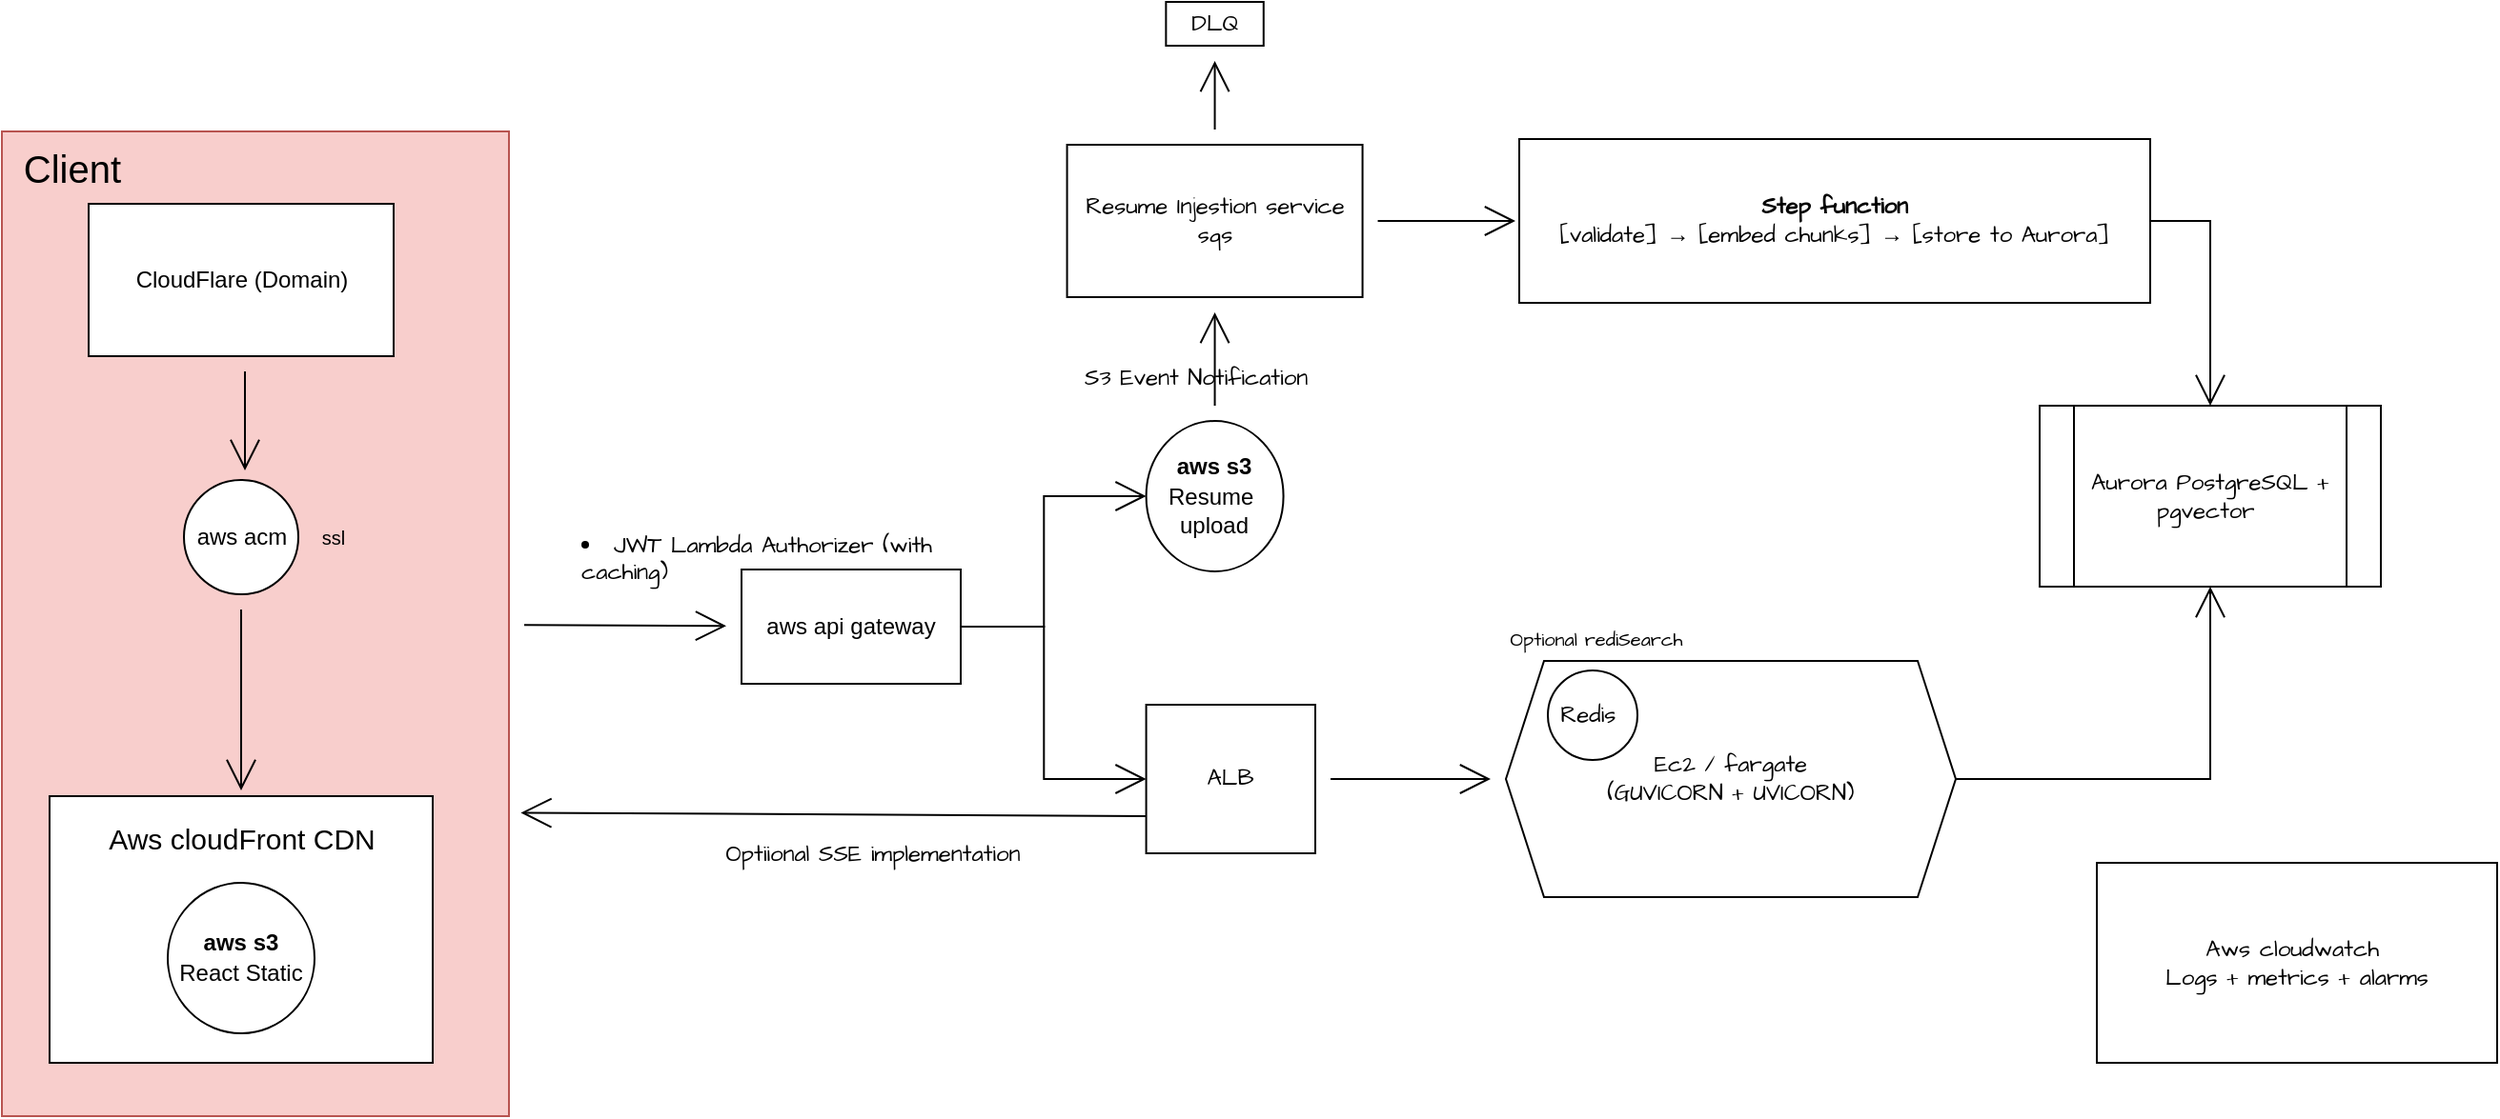
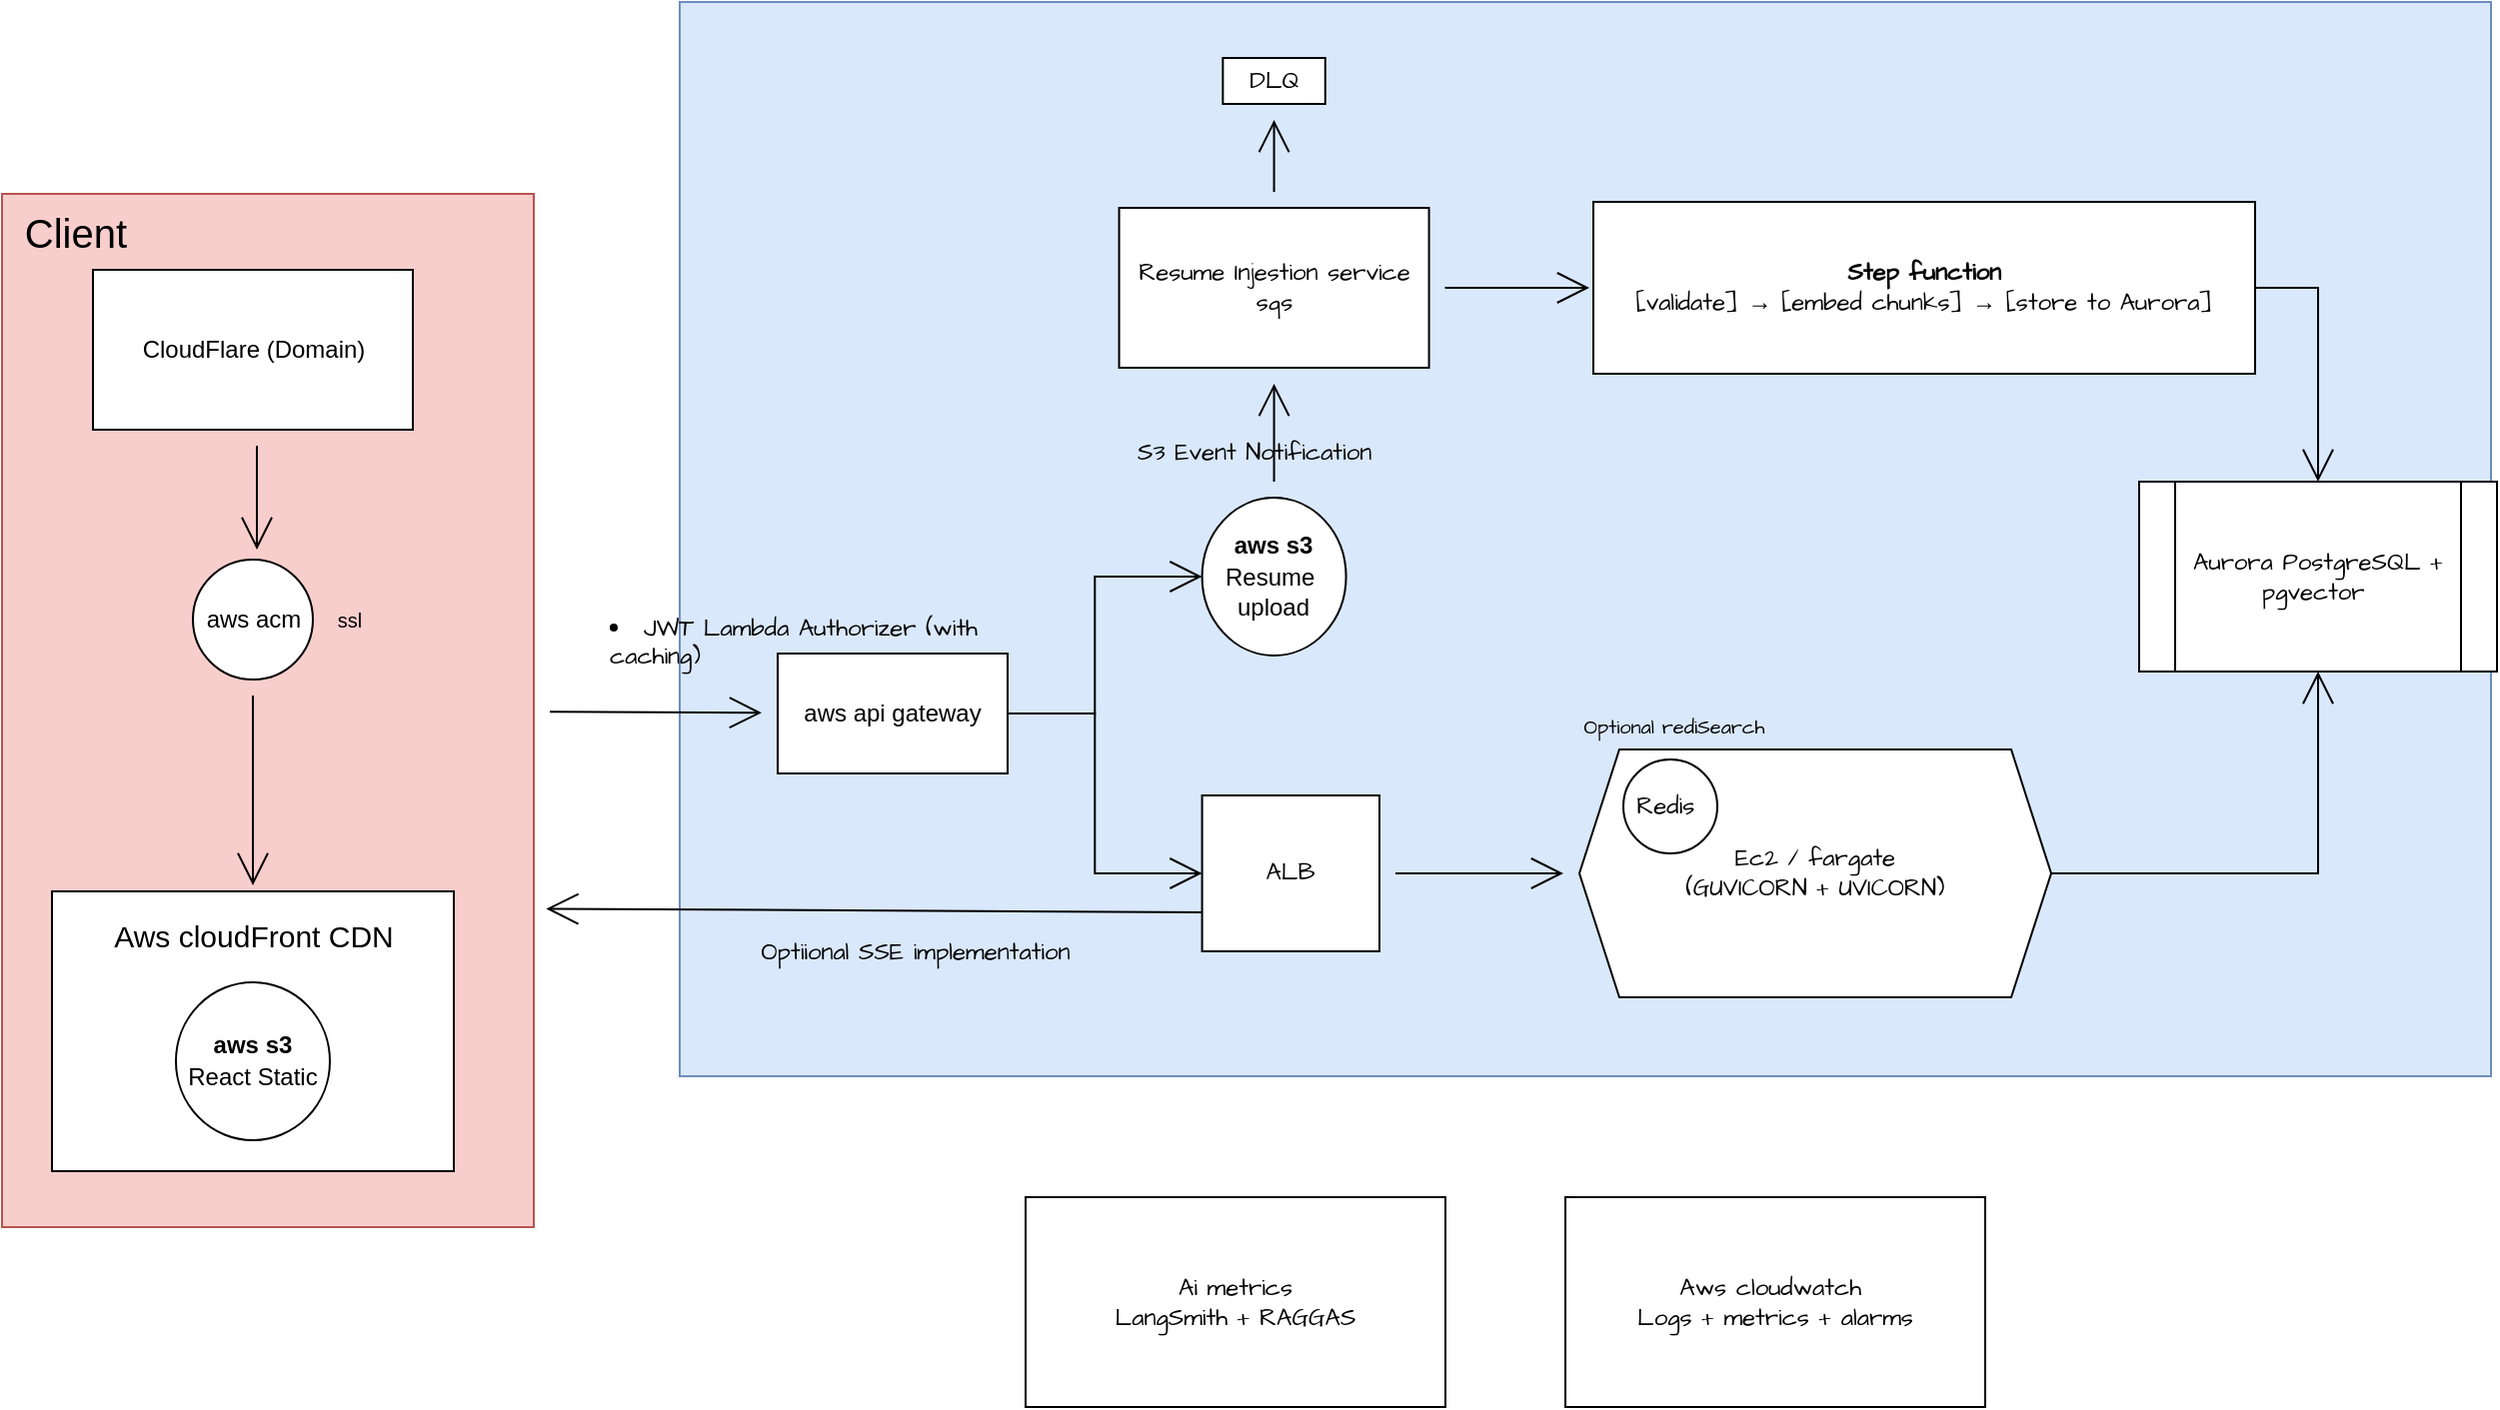
<mxfile host="app.diagrams.net">
  <diagram name="Page-1" id="SOHPCcRNUhLTlrNE90n2">
    <mxGraphModel dx="2760" dy="1299" grid="0" gridSize="10" guides="1" tooltips="1" connect="1" arrows="1" fold="1" page="0" pageScale="1" pageWidth="850" pageHeight="1100" math="0" shadow="0">
      <root>
        <mxCell id="0" />
        <mxCell id="1" parent="0" />
+         <mxCell id="rra6tTRvJPethr66ALMW-70" parent="1" style="rounded=0;whiteSpace=wrap;html=1;fontFamily=Architects Daughter;fontSource=https%3A%2F%2Ffonts.googleapis.com%2Fcss%3Ffamily%3DArchitects%2BDaughter;fillColor=#dae8fc;strokeColor=#6c8ebf;" value="" vertex="1">
+           <mxGeometry height="537.5" width="906" x="-361" y="-367" as="geometry" />
+         </mxCell>
        <mxCell id="rra6tTRvJPethr66ALMW-63" edge="1" parent="1" source="rra6tTRvJPethr66ALMW-55" style="edgeStyle=orthogonalEdgeStyle;rounded=0;orthogonalLoop=1;jettySize=auto;html=1;exitX=1;exitY=0.5;exitDx=0;exitDy=0;entryX=0.5;entryY=0;entryDx=0;entryDy=0;fontFamily=Architects Daughter;fontSource=https%3A%2F%2Ffonts.googleapis.com%2Fcss%3Ffamily%3DArchitects%2BDaughter;fontSize=16;startSize=14;endArrow=open;endSize=14;sourcePerimeterSpacing=8;targetPerimeterSpacing=8;" target="rra6tTRvJPethr66ALMW-46">
          <mxGeometry relative="1" as="geometry" />
        </mxCell>
        <mxCell id="rra6tTRvJPethr66ALMW-55" parent="1" style="rounded=0;whiteSpace=wrap;html=1;fontFamily=Architects Daughter;fontSource=https%3A%2F%2Ffonts.googleapis.com%2Fcss%3Ffamily%3DArchitects%2BDaughter;" value="&lt;span style=&quot;text-align: left;&quot;&gt;&lt;b&gt;Step function&lt;/b&gt;&lt;br&gt;[validate] → [embed chunks] → [store to Aurora]&lt;/span&gt;" vertex="1">
          <mxGeometry height="86" width="331" x="96" y="-267" as="geometry" />
        </mxCell>
        <mxCell id="rra6tTRvJPethr66ALMW-19" edge="1" parent="1" source="rra6tTRvJPethr66ALMW-16" style="edgeStyle=none;curved=1;rounded=0;orthogonalLoop=1;jettySize=auto;html=1;fontFamily=Architects Daughter;fontSource=https%3A%2F%2Ffonts.googleapis.com%2Fcss%3Ffamily%3DArchitects%2BDaughter;fontSize=16;startSize=14;endArrow=open;endSize=14;sourcePerimeterSpacing=8;targetPerimeterSpacing=8;" target="rra6tTRvJPethr66ALMW-18" value="">
          <mxGeometry relative="1" as="geometry" />
        </mxCell>
        <mxCell id="rra6tTRvJPethr66ALMW-16" parent="1" style="rounded=0;whiteSpace=wrap;html=1;fontFamily=Architects Daughter;fontSource=https%3A%2F%2Ffonts.googleapis.com%2Fcss%3Ffamily%3DArchitects%2BDaughter;fillColor=#f8cecc;strokeColor=#b85450;" value="" vertex="1">
          <mxGeometry height="517" width="266" x="-700" y="-271" as="geometry" />
        </mxCell>
        <mxCell id="rra6tTRvJPethr66ALMW-2" parent="1" style="rounded=0;whiteSpace=wrap;html=1;fontFamily=Architects Daughter;fontSource=https%3A%2F%2Ffonts.googleapis.com%2Fcss%3Ffamily%3DArchitects%2BDaughter;" value="" vertex="1">
          <mxGeometry height="140" width="201" x="-675" y="78" as="geometry" />
        </mxCell>
        <mxCell id="rra6tTRvJPethr66ALMW-1" parent="1" style="ellipse;whiteSpace=wrap;html=1;fontFamily=Architects Daughter;fontSource=https%3A%2F%2Ffonts.googleapis.com%2Fcss%3Ffamily%3DArchitects%2BDaughter;" value="&lt;font face=&quot;Helvetica&quot;&gt;&lt;b&gt;aws s3&lt;/b&gt;&lt;br&gt;React Static&lt;/font&gt;" vertex="1">
          <mxGeometry height="79" width="77" x="-613" y="123.5" as="geometry" />
        </mxCell>
        <mxCell id="rra6tTRvJPethr66ALMW-3" parent="1" style="text;html=1;whiteSpace=wrap;strokeColor=none;fillColor=none;align=center;verticalAlign=middle;rounded=0;fontSize=20;fontFamily=Helvetica;" value="&lt;font style=&quot;font-size: 15px;&quot;&gt;Aws cloudFront CDN&lt;/font&gt;" vertex="1">
          <mxGeometry height="30" width="186" x="-667.5" y="83" as="geometry" />
        </mxCell>
        <mxCell id="rra6tTRvJPethr66ALMW-10" edge="1" parent="1" style="edgeStyle=none;curved=1;rounded=0;orthogonalLoop=1;jettySize=auto;html=1;fontFamily=Architects Daughter;fontSource=https%3A%2F%2Ffonts.googleapis.com%2Fcss%3Ffamily%3DArchitects%2BDaughter;fontSize=16;startSize=14;endArrow=open;endSize=14;sourcePerimeterSpacing=8;targetPerimeterSpacing=8;" value="">
          <mxGeometry relative="1" as="geometry">
            <mxPoint x="-572.5" y="-145" as="sourcePoint" />
            <mxPoint x="-572.5" y="-93" as="targetPoint" />
          </mxGeometry>
        </mxCell>
        <mxCell id="rra6tTRvJPethr66ALMW-5" parent="1" style="rounded=0;whiteSpace=wrap;html=1;fontFamily=Helvetica;" value="CloudFlare (Domain)" vertex="1">
          <mxGeometry height="80" width="160" x="-654.5" y="-233" as="geometry" />
        </mxCell>
        <mxCell id="rra6tTRvJPethr66ALMW-14" edge="1" parent="1" source="rra6tTRvJPethr66ALMW-12" style="edgeStyle=none;curved=1;rounded=0;orthogonalLoop=1;jettySize=auto;html=1;fontFamily=Architects Daughter;fontSource=https%3A%2F%2Ffonts.googleapis.com%2Fcss%3Ffamily%3DArchitects%2BDaughter;fontSize=16;startSize=14;endArrow=open;endSize=14;sourcePerimeterSpacing=8;targetPerimeterSpacing=8;" target="rra6tTRvJPethr66ALMW-3" value="">
          <mxGeometry relative="1" as="geometry" />
        </mxCell>
        <mxCell id="rra6tTRvJPethr66ALMW-12" parent="1" style="ellipse;whiteSpace=wrap;html=1;fontFamily=Architects Daughter;fontSource=https%3A%2F%2Ffonts.googleapis.com%2Fcss%3Ffamily%3DArchitects%2BDaughter;" value="&lt;font face=&quot;Helvetica&quot;&gt;aws acm&lt;/font&gt;" vertex="1">
          <mxGeometry height="60" width="60" x="-604.5" y="-88" as="geometry" />
        </mxCell>
        <mxCell id="rra6tTRvJPethr66ALMW-15" parent="1" style="text;html=1;whiteSpace=wrap;strokeColor=none;fillColor=none;align=center;verticalAlign=middle;rounded=0;fontSize=10;fontFamily=Helvetica;" value="&lt;font&gt;ssl&lt;/font&gt;" vertex="1">
          <mxGeometry height="18" width="32" x="-542" y="-67" as="geometry" />
        </mxCell>
        <mxCell id="rra6tTRvJPethr66ALMW-17" parent="1" style="text;html=1;whiteSpace=wrap;strokeColor=none;fillColor=none;align=center;verticalAlign=middle;rounded=0;fontSize=20;fontFamily=Architects Daughter;fontSource=https%3A%2F%2Ffonts.googleapis.com%2Fcss%3Ffamily%3DArchitects%2BDaughter;" value="&lt;font face=&quot;Helvetica&quot;&gt;Client&lt;/font&gt;" vertex="1">
          <mxGeometry height="30" width="60" x="-693" y="-266" as="geometry" />
        </mxCell>
        <mxCell id="rra6tTRvJPethr66ALMW-27" edge="1" parent="1" source="rra6tTRvJPethr66ALMW-18" style="edgeStyle=orthogonalEdgeStyle;rounded=0;orthogonalLoop=1;jettySize=auto;html=1;fontFamily=Architects Daughter;fontSource=https%3A%2F%2Ffonts.googleapis.com%2Fcss%3Ffamily%3DArchitects%2BDaughter;fontSize=16;startSize=14;endArrow=open;endSize=14;sourcePerimeterSpacing=8;targetPerimeterSpacing=8;entryX=0;entryY=0.5;entryDx=0;entryDy=0;" target="rra6tTRvJPethr66ALMW-42" value="">
          <mxGeometry relative="1" as="geometry">
            <mxPoint x="-103" y="-13.867567567567448" as="targetPoint" />
          </mxGeometry>
        </mxCell>
        <mxCell id="rra6tTRvJPethr66ALMW-47" edge="1" parent="1" source="rra6tTRvJPethr66ALMW-18" style="edgeStyle=orthogonalEdgeStyle;rounded=0;orthogonalLoop=1;jettySize=auto;html=1;exitX=1;exitY=0.5;exitDx=0;exitDy=0;entryX=0;entryY=0.5;entryDx=0;entryDy=0;fontFamily=Architects Daughter;fontSource=https%3A%2F%2Ffonts.googleapis.com%2Fcss%3Ffamily%3DArchitects%2BDaughter;fontSize=16;startSize=14;endArrow=open;endSize=14;sourcePerimeterSpacing=8;targetPerimeterSpacing=8;" target="rra6tTRvJPethr66ALMW-22">
          <mxGeometry relative="1" as="geometry" />
        </mxCell>
        <mxCell id="rra6tTRvJPethr66ALMW-18" parent="1" style="whiteSpace=wrap;html=1;fontFamily=Architects Daughter;rounded=0;fontSource=https%3A%2F%2Ffonts.googleapis.com%2Fcss%3Ffamily%3DArchitects%2BDaughter;" value="&lt;font face=&quot;Helvetica&quot;&gt;aws api gateway&lt;/font&gt;" vertex="1">
          <mxGeometry height="60" width="115" x="-312" y="-41" as="geometry" />
        </mxCell>
        <mxCell id="rra6tTRvJPethr66ALMW-57" edge="1" parent="1" source="rra6tTRvJPethr66ALMW-20" style="edgeStyle=none;curved=1;rounded=0;orthogonalLoop=1;jettySize=auto;html=1;fontFamily=Architects Daughter;fontSource=https%3A%2F%2Ffonts.googleapis.com%2Fcss%3Ffamily%3DArchitects%2BDaughter;fontSize=16;startSize=14;endArrow=open;endSize=14;sourcePerimeterSpacing=8;targetPerimeterSpacing=8;" target="rra6tTRvJPethr66ALMW-56" value="">
          <mxGeometry relative="1" as="geometry" />
        </mxCell>
        <mxCell id="rra6tTRvJPethr66ALMW-58" edge="1" parent="1" source="rra6tTRvJPethr66ALMW-20" style="edgeStyle=none;curved=1;rounded=0;orthogonalLoop=1;jettySize=auto;html=1;fontFamily=Architects Daughter;fontSource=https%3A%2F%2Ffonts.googleapis.com%2Fcss%3Ffamily%3DArchitects%2BDaughter;fontSize=16;startSize=14;endArrow=open;endSize=14;sourcePerimeterSpacing=8;targetPerimeterSpacing=8;" value="">
          <mxGeometry relative="1" as="geometry">
            <mxPoint x="94.00000000000045" y="-224" as="targetPoint" />
          </mxGeometry>
        </mxCell>
        <mxCell id="rra6tTRvJPethr66ALMW-20" parent="1" style="rounded=0;whiteSpace=wrap;html=1;fontFamily=Architects Daughter;fontSource=https%3A%2F%2Ffonts.googleapis.com%2Fcss%3Ffamily%3DArchitects%2BDaughter;" value="Resume Injestion service&lt;br&gt;sqs" vertex="1">
          <mxGeometry height="80" width="155" x="-141.22000000000003" y="-264" as="geometry" />
        </mxCell>
        <mxCell id="rra6tTRvJPethr66ALMW-51" edge="1" parent="1" source="rra6tTRvJPethr66ALMW-22" style="edgeStyle=none;curved=1;rounded=0;orthogonalLoop=1;jettySize=auto;html=1;exitX=0;exitY=0.75;exitDx=0;exitDy=0;fontFamily=Architects Daughter;fontSource=https%3A%2F%2Ffonts.googleapis.com%2Fcss%3Ffamily%3DArchitects%2BDaughter;fontSize=16;startSize=14;endArrow=open;endSize=14;sourcePerimeterSpacing=8;targetPerimeterSpacing=8;">
          <mxGeometry relative="1" as="geometry">
            <mxPoint x="-427.7921840122767" y="86.71428571428578" as="targetPoint" />
          </mxGeometry>
        </mxCell>
        <mxCell id="rra6tTRvJPethr66ALMW-22" parent="1" style="rounded=0;whiteSpace=wrap;html=1;fontFamily=Architects Daughter;fontSource=https%3A%2F%2Ffonts.googleapis.com%2Fcss%3Ffamily%3DArchitects%2BDaughter;" value="ALB" vertex="1">
          <mxGeometry height="78" width="88.71" x="-99.71" y="30" as="geometry" />
        </mxCell>
        <mxCell id="rra6tTRvJPethr66ALMW-41" parent="1" style="text;whiteSpace=wrap;html=1;fontFamily=Architects Daughter;fontSource=https%3A%2F%2Ffonts.googleapis.com%2Fcss%3Ffamily%3DArchitects%2BDaughter;" value="&lt;li class=&quot;font-claude-response-body whitespace-normal break-words pl-2&quot;&gt;JWT Lambda Authorizer (with caching)&lt;/li&gt;" vertex="1">
          <mxGeometry height="34.14" width="232.29" x="-398" y="-67" as="geometry" />
        </mxCell>
        <mxCell id="rra6tTRvJPethr66ALMW-43" edge="1" parent="1" source="rra6tTRvJPethr66ALMW-42" style="edgeStyle=none;curved=1;rounded=0;orthogonalLoop=1;jettySize=auto;html=1;fontFamily=Architects Daughter;fontSource=https%3A%2F%2Ffonts.googleapis.com%2Fcss%3Ffamily%3DArchitects%2BDaughter;fontSize=16;startSize=14;endArrow=open;endSize=14;sourcePerimeterSpacing=8;targetPerimeterSpacing=8;" target="rra6tTRvJPethr66ALMW-20" value="">
          <mxGeometry relative="1" as="geometry" />
        </mxCell>
        <mxCell id="rra6tTRvJPethr66ALMW-42" parent="1" style="ellipse;whiteSpace=wrap;html=1;fontFamily=Architects Daughter;fontSource=https%3A%2F%2Ffonts.googleapis.com%2Fcss%3Ffamily%3DArchitects%2BDaughter;" value="&lt;font face=&quot;Helvetica&quot;&gt;&lt;b&gt;aws s3&lt;/b&gt;&lt;br&gt;Resume&amp;nbsp; upload&lt;/font&gt;" vertex="1">
          <mxGeometry height="79" width="72" x="-99.71" y="-119" as="geometry" />
        </mxCell>
        <mxCell id="rra6tTRvJPethr66ALMW-46" parent="1" style="shape=process;whiteSpace=wrap;html=1;backgroundOutline=1;fontFamily=Architects Daughter;fontSource=https%3A%2F%2Ffonts.googleapis.com%2Fcss%3Ffamily%3DArchitects%2BDaughter;" value="Aurora PostgreSQL + pgvector&amp;nbsp;" vertex="1">
          <mxGeometry height="95" width="179" x="369" y="-127" as="geometry" />
        </mxCell>
        <mxCell id="rra6tTRvJPethr66ALMW-48" edge="1" parent="1" source="rra6tTRvJPethr66ALMW-22" style="edgeStyle=none;curved=1;rounded=0;orthogonalLoop=1;jettySize=auto;html=1;fontFamily=Architects Daughter;fontSource=https%3A%2F%2Ffonts.googleapis.com%2Fcss%3Ffamily%3DArchitects%2BDaughter;fontSize=16;startSize=14;endArrow=open;endSize=14;sourcePerimeterSpacing=8;targetPerimeterSpacing=8;" target="rra6tTRvJPethr66ALMW-38" value="">
          <mxGeometry relative="1" as="geometry">
            <mxPoint x="100" y="65" as="sourcePoint" />
            <mxPoint x="417.5943068734091" y="60.00960425827361" as="targetPoint" />
          </mxGeometry>
        </mxCell>
        <mxCell id="rra6tTRvJPethr66ALMW-64" edge="1" parent="1" source="rra6tTRvJPethr66ALMW-38" style="edgeStyle=orthogonalEdgeStyle;rounded=0;orthogonalLoop=1;jettySize=auto;html=1;exitX=1;exitY=0.5;exitDx=0;exitDy=0;entryX=0.5;entryY=1;entryDx=0;entryDy=0;fontFamily=Architects Daughter;fontSource=https%3A%2F%2Ffonts.googleapis.com%2Fcss%3Ffamily%3DArchitects%2BDaughter;fontSize=16;startSize=14;endArrow=open;endSize=14;sourcePerimeterSpacing=8;targetPerimeterSpacing=8;" target="rra6tTRvJPethr66ALMW-46">
          <mxGeometry relative="1" as="geometry" />
        </mxCell>
        <mxCell id="rra6tTRvJPethr66ALMW-38" parent="1" style="shape=hexagon;perimeter=hexagonPerimeter2;whiteSpace=wrap;html=1;fixedSize=1;fontFamily=Architects Daughter;fontSource=https%3A%2F%2Ffonts.googleapis.com%2Fcss%3Ffamily%3DArchitects%2BDaughter;" value="Ec2 / fargate&lt;br&gt;(GUVICORN + UVICORN)" vertex="1">
          <mxGeometry height="124" width="236" x="89" y="7" as="geometry" />
        </mxCell>
        <mxCell id="rra6tTRvJPethr66ALMW-50" parent="1" style="ellipse;whiteSpace=wrap;html=1;fontFamily=Architects Daughter;fontSource=https%3A%2F%2Ffonts.googleapis.com%2Fcss%3Ffamily%3DArchitects%2BDaughter;" value="Redis&amp;nbsp;" vertex="1">
          <mxGeometry height="47" width="47" x="111" y="12" as="geometry" />
        </mxCell>
        <mxCell id="rra6tTRvJPethr66ALMW-53" parent="1" style="text;html=1;whiteSpace=wrap;strokeColor=none;fillColor=none;align=center;verticalAlign=middle;rounded=0;fontSize=12;fontFamily=Architects Daughter;fontSource=https%3A%2F%2Ffonts.googleapis.com%2Fcss%3Ffamily%3DArchitects%2BDaughter;" value="Optiional SSE implementation" vertex="1">
          <mxGeometry height="30" width="272" x="-378.85" y="93.5" as="geometry" />
        </mxCell>
        <mxCell id="rra6tTRvJPethr66ALMW-56" parent="1" style="rounded=0;whiteSpace=wrap;html=1;fontFamily=Architects Daughter;fontSource=https%3A%2F%2Ffonts.googleapis.com%2Fcss%3Ffamily%3DArchitects%2BDaughter;" value="DLQ" vertex="1">
          <mxGeometry height="23" width="51.21" x="-89.32" y="-339" as="geometry" />
        </mxCell>
        <mxCell id="rra6tTRvJPethr66ALMW-60" parent="1" style="text;whiteSpace=wrap;html=1;fontFamily=Architects Daughter;fontSource=https%3A%2F%2Ffonts.googleapis.com%2Fcss%3Ffamily%3DArchitects%2BDaughter;" value="S3 Event Notification" vertex="1">
          <mxGeometry height="36" width="145" x="-134" y="-155.00117675781252" as="geometry" />
        </mxCell>
        <mxCell id="rra6tTRvJPethr66ALMW-61" parent="1" style="text;html=1;whiteSpace=wrap;strokeColor=none;fillColor=none;align=center;verticalAlign=middle;rounded=0;fontSize=20;fontFamily=Architects Daughter;fontSource=https%3A%2F%2Ffonts.googleapis.com%2Fcss%3Ffamily%3DArchitects%2BDaughter;" value="&lt;font style=&quot;font-size: 10px;&quot;&gt;Optional rediSearch&lt;/font&gt;" vertex="1">
          <mxGeometry height="30" width="109" x="82" y="-23" as="geometry" />
        </mxCell>
        <mxCell id="rra6tTRvJPethr66ALMW-65" parent="1" style="rounded=0;whiteSpace=wrap;html=1;fontFamily=Architects Daughter;fontSource=https%3A%2F%2Ffonts.googleapis.com%2Fcss%3Ffamily%3DArchitects%2BDaughter;" value="Aws cloudwatch&amp;nbsp;&lt;br&gt;Logs + metrics + alarms" vertex="1">
-           <mxGeometry height="105" width="210" x="399" y="113" as="geometry" />
+           <mxGeometry height="105" width="210" x="82" y="231" as="geometry" />
+         </mxCell>
+         <mxCell id="rra6tTRvJPethr66ALMW-69" parent="1" style="rounded=0;whiteSpace=wrap;html=1;fontFamily=Architects Daughter;fontSource=https%3A%2F%2Ffonts.googleapis.com%2Fcss%3Ffamily%3DArchitects%2BDaughter;" value="Ai metrics&lt;br&gt;LangSmith + RAGGAS" vertex="1">
+           <mxGeometry height="105" width="210" x="-188" y="231" as="geometry" />
        </mxCell>
      </root>
    </mxGraphModel>
  </diagram>
</mxfile>
